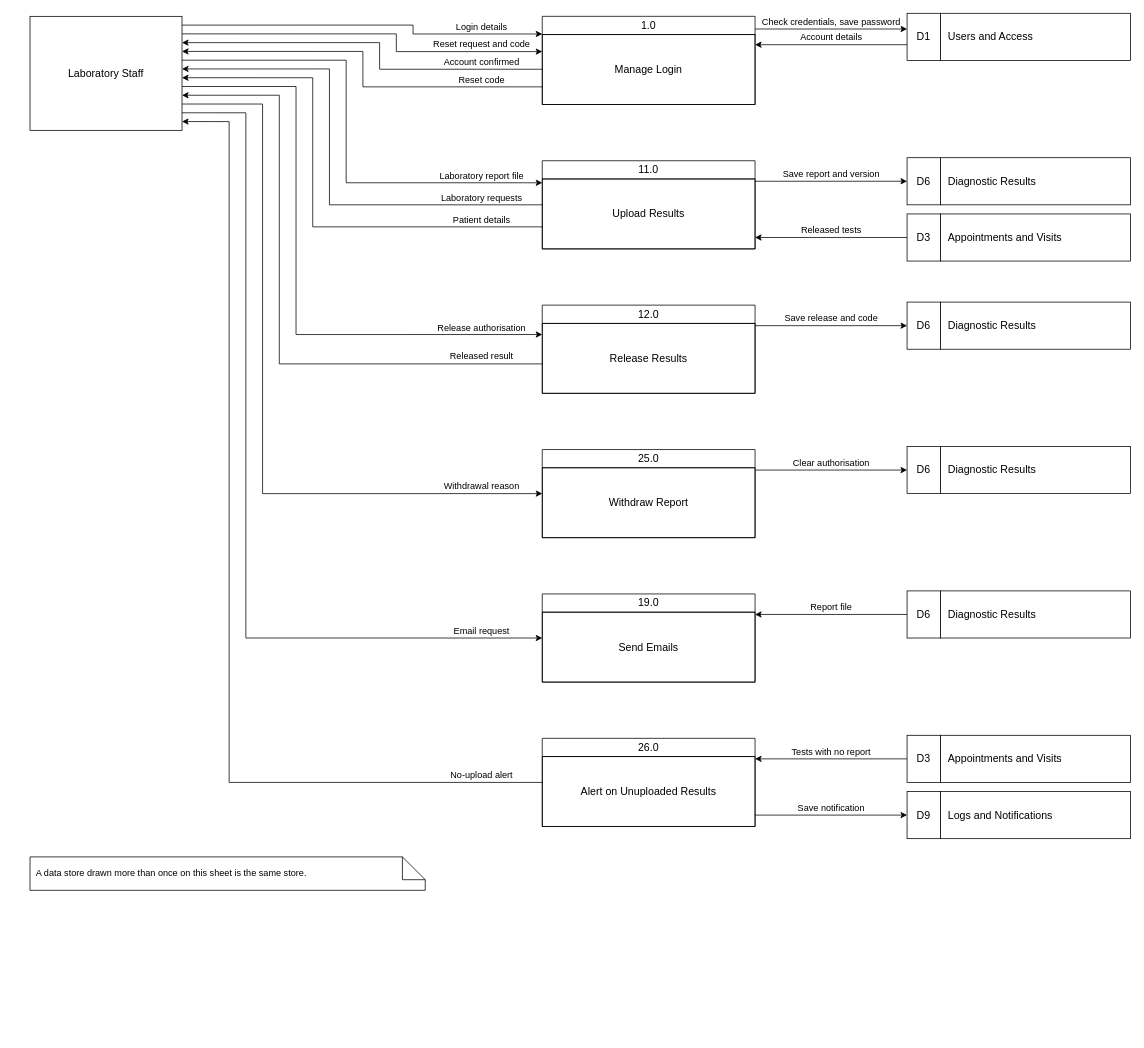
Above: page "Laboratory Staff" (5 of 8) of docs/diagrams/dfd-level1.drawio in steven23lz/Enlogada-Clinic-Management-System (draw.io), before the change. Source tidied: cells renumbered, new cells numbered last; positions are measured from the earlier drawing's top-left corner, leaving out a move shared by most shapes. Both pictures are drawn from the tidied source at 76%, with x=0, y=0 at pixel (30, 13).
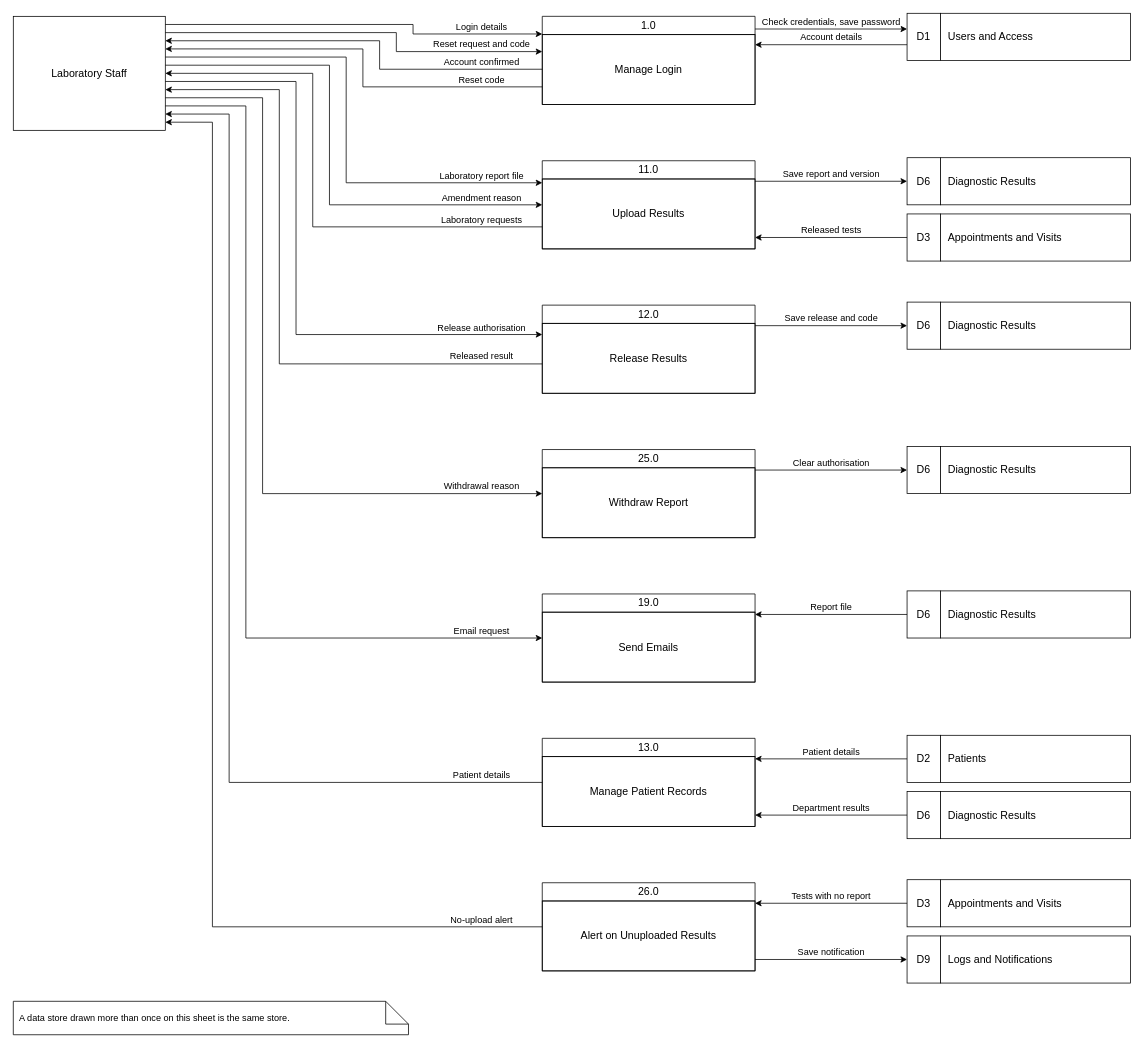
Above is the later version.

The change refers to these unchanged cells:
```xml
<mxCell id="3" value="1.0" style="swimlane;whiteSpace=wrap;html=1;startSize=24;horizontal=1;fontStyle=0;fontFamily=Helvetica;fontSize=14;fontColor=#000000;strokeColor=#000000;" parent="1" vertex="1">
  <mxGeometry x="674" y="4" width="280" height="116" as="geometry" />
</mxCell>
<mxCell id="13" value="11.0" style="swimlane;whiteSpace=wrap;html=1;startSize=24;horizontal=1;fontStyle=0;fontFamily=Helvetica;fontSize=14;fontColor=#000000;strokeColor=#000000;" parent="1" vertex="1">
  <mxGeometry x="674" y="194" width="280" height="116" as="geometry" />
</mxCell>
<mxCell id="24" value="12.0" style="swimlane;whiteSpace=wrap;html=1;startSize=24;horizontal=1;fontStyle=0;fontFamily=Helvetica;fontSize=14;fontColor=#000000;strokeColor=#000000;" parent="1" vertex="1">
  <mxGeometry x="674" y="384" width="280" height="116" as="geometry" />
</mxCell>
<mxCell id="31" value="25.0" style="swimlane;whiteSpace=wrap;html=1;startSize=24;horizontal=1;fontStyle=0;fontFamily=Helvetica;fontSize=14;fontColor=#000000;strokeColor=#000000;" parent="1" vertex="1">
  <mxGeometry x="674" y="574" width="280" height="116" as="geometry" />
</mxCell>
<mxCell id="37" value="19.0" style="swimlane;whiteSpace=wrap;html=1;startSize=24;horizontal=1;fontStyle=0;fontFamily=Helvetica;fontSize=14;fontColor=#000000;strokeColor=#000000;" parent="1" vertex="1">
  <mxGeometry x="674" y="764" width="280" height="116" as="geometry" />
</mxCell>
```

The edit, as a diff of the source:
```diff
@@
     <mxCell id="2" value="Laboratory Staff" style="rounded=0;whiteSpace=wrap;html=1;fontFamily=Helvetica;fontSize=14;fontColor=#000000;strokeColor=#000000;" parent="1" vertex="1">
-      <mxGeometry y="4" width="200" height="150" as="geometry" />
+      <mxGeometry x="-22" y="4" width="200" height="150" as="geometry" />
     </mxCell>
@@
-    <mxCell id="5" value="Login details" style="edgeStyle=orthogonalEdgeStyle;rounded=0;html=1;verticalAlign=bottom;fontFamily=Helvetica;fontSize=12;fontColor=#000000;strokeColor=#000000;exitX=1;exitY=0.0769;exitDx=0;exitDy=0;entryX=0;entryY=0.2000;entryDx=0;entryDy=0;" parent="1" edge="1" source="2" target="3">
+    <mxCell id="5" value="Login details" style="edgeStyle=orthogonalEdgeStyle;rounded=0;html=1;verticalAlign=bottom;fontFamily=Helvetica;fontSize=12;fontColor=#000000;strokeColor=#000000;exitX=1;exitY=0.0714;exitDx=0;exitDy=0;entryX=0;entryY=0.2000;entryDx=0;entryDy=0;" parent="1" edge="1" source="2" target="3">
       <mxGeometry x="1" relative="1" as="geometry">
         <Array as="points">
-          <mxPoint x="504" y="15.5" />
+          <mxPoint x="504" y="14.7" />
           <mxPoint x="504" y="27.2" />
         </Array>
         <mxPoint x="-80" as="offset" />
       </mxGeometry>
     </mxCell>
-    <mxCell id="6" value="Reset request and code" style="edgeStyle=orthogonalEdgeStyle;rounded=0;html=1;verticalAlign=bottom;fontFamily=Helvetica;fontSize=12;fontColor=#000000;strokeColor=#000000;exitX=1;exitY=0.1538;exitDx=0;exitDy=0;entryX=0;entryY=0.4000;entryDx=0;entryDy=0;" parent="1" edge="1" source="2" target="3">
+    <mxCell id="6" value="Reset request and code" style="edgeStyle=orthogonalEdgeStyle;rounded=0;html=1;verticalAlign=bottom;fontFamily=Helvetica;fontSize=12;fontColor=#000000;strokeColor=#000000;exitX=1;exitY=0.1429;exitDx=0;exitDy=0;entryX=0;entryY=0.4000;entryDx=0;entryDy=0;" parent="1" edge="1" source="2" target="3">
       <mxGeometry x="1" relative="1" as="geometry">
         <Array as="points">
-          <mxPoint x="482" y="27.1" />
+          <mxPoint x="482" y="25.4" />
           <mxPoint x="482" y="50.4" />
         </Array>
         <mxPoint x="-80" as="offset" />
       </mxGeometry>
     </mxCell>
-    <mxCell id="7" value="Account confirmed" style="edgeStyle=orthogonalEdgeStyle;rounded=0;html=1;verticalAlign=bottom;fontFamily=Helvetica;fontSize=12;fontColor=#000000;strokeColor=#000000;exitX=0;exitY=0.6000;exitDx=0;exitDy=0;entryX=1;entryY=0.2308;entryDx=0;entryDy=0;" parent="1" edge="1" source="3" target="2">
+    <mxCell id="7" value="Account confirmed" style="edgeStyle=orthogonalEdgeStyle;rounded=0;html=1;verticalAlign=bottom;fontFamily=Helvetica;fontSize=12;fontColor=#000000;strokeColor=#000000;exitX=0;exitY=0.6000;exitDx=0;exitDy=0;entryX=1;entryY=0.2143;entryDx=0;entryDy=0;" parent="1" edge="1" source="3" target="2">
       <mxGeometry x="-1" relative="1" as="geometry">
         <Array as="points">
           <mxPoint x="460" y="73.6" />
-          <mxPoint x="460" y="38.6" />
+          <mxPoint x="460" y="36.1" />
         </Array>
         <mxPoint x="-80" as="offset" />
       </mxGeometry>
     </mxCell>
-    <mxCell id="8" value="Reset code" style="edgeStyle=orthogonalEdgeStyle;rounded=0;html=1;verticalAlign=bottom;fontFamily=Helvetica;fontSize=12;fontColor=#000000;strokeColor=#000000;exitX=0;exitY=0.8000;exitDx=0;exitDy=0;entryX=1;entryY=0.3077;entryDx=0;entryDy=0;" parent="1" edge="1" source="3" target="2">
+    <mxCell id="8" value="Reset code" style="edgeStyle=orthogonalEdgeStyle;rounded=0;html=1;verticalAlign=bottom;fontFamily=Helvetica;fontSize=12;fontColor=#000000;strokeColor=#000000;exitX=0;exitY=0.8000;exitDx=0;exitDy=0;entryX=1;entryY=0.2857;entryDx=0;entryDy=0;" parent="1" edge="1" source="3" target="2">
       <mxGeometry x="-1" relative="1" as="geometry">
         <Array as="points">
           <mxPoint x="438" y="96.8" />
-          <mxPoint x="438" y="50.2" />
+          <mxPoint x="438" y="46.9" />
         </Array>
         <mxPoint x="-80" as="offset" />
       </mxGeometry>
     </mxCell>
@@
-    <mxCell id="15" value="Laboratory report file" style="edgeStyle=orthogonalEdgeStyle;rounded=0;html=1;verticalAlign=bottom;fontFamily=Helvetica;fontSize=12;fontColor=#000000;strokeColor=#000000;exitX=1;exitY=0.3846;exitDx=0;exitDy=0;entryX=0;entryY=0.2500;entryDx=0;entryDy=0;" parent="1" edge="1" source="2" target="13">
+    <mxCell id="15" value="Laboratory report file" style="edgeStyle=orthogonalEdgeStyle;rounded=0;html=1;verticalAlign=bottom;fontFamily=Helvetica;fontSize=12;fontColor=#000000;strokeColor=#000000;exitX=1;exitY=0.3571;exitDx=0;exitDy=0;entryX=0;entryY=0.2500;entryDx=0;entryDy=0;" parent="1" edge="1" source="2" target="13">
       <mxGeometry x="1" relative="1" as="geometry">
         <Array as="points">
-          <mxPoint x="416" y="61.7" />
+          <mxPoint x="416" y="57.6" />
           <mxPoint x="416" y="223" />
         </Array>
         <mxPoint x="-80" as="offset" />
       </mxGeometry>
     </mxCell>
-    <mxCell id="16" value="Laboratory requests" style="edgeStyle=orthogonalEdgeStyle;rounded=0;html=1;verticalAlign=bottom;fontFamily=Helvetica;fontSize=12;fontColor=#000000;strokeColor=#000000;exitX=0;exitY=0.5000;exitDx=0;exitDy=0;entryX=1;entryY=0.4615;entryDx=0;entryDy=0;" parent="1" edge="1" source="13" target="2">
-      <mxGeometry x="-1" relative="1" as="geometry">
+    <mxCell id="16" value="Amendment reason" style="edgeStyle=orthogonalEdgeStyle;rounded=0;html=1;verticalAlign=bottom;fontFamily=Helvetica;fontSize=12;fontColor=#000000;strokeColor=#000000;exitX=1;exitY=0.4286;exitDx=0;exitDy=0;entryX=0;entryY=0.5000;entryDx=0;entryDy=0;" parent="1" edge="1" source="2" target="13">
+      <mxGeometry x="1" relative="1" as="geometry">
         <Array as="points">
+          <mxPoint x="394" y="68.3" />
           <mxPoint x="394" y="252" />
-          <mxPoint x="394" y="73.2" />
         </Array>
         <mxPoint x="-80" as="offset" />
       </mxGeometry>
     </mxCell>
-    <mxCell id="17" value="Patient details" style="edgeStyle=orthogonalEdgeStyle;rounded=0;html=1;verticalAlign=bottom;fontFamily=Helvetica;fontSize=12;fontColor=#000000;strokeColor=#000000;exitX=0;exitY=0.7500;exitDx=0;exitDy=0;entryX=1;entryY=0.5385;entryDx=0;entryDy=0;" parent="1" edge="1" source="13" target="2">
+    <mxCell id="17" value="Laboratory requests" style="edgeStyle=orthogonalEdgeStyle;rounded=0;html=1;verticalAlign=bottom;fontFamily=Helvetica;fontSize=12;fontColor=#000000;strokeColor=#000000;exitX=0;exitY=0.7500;exitDx=0;exitDy=0;entryX=1;entryY=0.5000;entryDx=0;entryDy=0;" parent="1" edge="1" source="13" target="2">
       <mxGeometry x="-1" relative="1" as="geometry">
         <Array as="points">
           <mxPoint x="372" y="281" />
-          <mxPoint x="372" y="84.8" />
+          <mxPoint x="372" y="79" />
         </Array>
         <mxPoint x="-80" as="offset" />
       </mxGeometry>
     </mxCell>
@@
-    <mxCell id="26" value="Release authorisation" style="edgeStyle=orthogonalEdgeStyle;rounded=0;html=1;verticalAlign=bottom;fontFamily=Helvetica;fontSize=12;fontColor=#000000;strokeColor=#000000;exitX=1;exitY=0.6154;exitDx=0;exitDy=0;entryX=0;entryY=0.3333;entryDx=0;entryDy=0;" parent="1" edge="1" source="2" target="24">
+    <mxCell id="26" value="Release authorisation" style="edgeStyle=orthogonalEdgeStyle;rounded=0;html=1;verticalAlign=bottom;fontFamily=Helvetica;fontSize=12;fontColor=#000000;strokeColor=#000000;exitX=1;exitY=0.5714;exitDx=0;exitDy=0;entryX=0;entryY=0.3333;entryDx=0;entryDy=0;" parent="1" edge="1" source="2" target="24">
       <mxGeometry x="1" relative="1" as="geometry">
         <Array as="points">
-          <mxPoint x="350" y="96.3" />
+          <mxPoint x="350" y="89.7" />
           <mxPoint x="350" y="422.7" />
         </Array>
         <mxPoint x="-80" as="offset" />
       </mxGeometry>
     </mxCell>
-    <mxCell id="27" value="Released result" style="edgeStyle=orthogonalEdgeStyle;rounded=0;html=1;verticalAlign=bottom;fontFamily=Helvetica;fontSize=12;fontColor=#000000;strokeColor=#000000;exitX=0;exitY=0.6667;exitDx=0;exitDy=0;entryX=1;entryY=0.6923;entryDx=0;entryDy=0;" parent="1" edge="1" source="24" target="2">
+    <mxCell id="27" value="Released result" style="edgeStyle=orthogonalEdgeStyle;rounded=0;html=1;verticalAlign=bottom;fontFamily=Helvetica;fontSize=12;fontColor=#000000;strokeColor=#000000;exitX=0;exitY=0.6667;exitDx=0;exitDy=0;entryX=1;entryY=0.6429;entryDx=0;entryDy=0;" parent="1" edge="1" source="24" target="2">
       <mxGeometry x="-1" relative="1" as="geometry">
         <Array as="points">
           <mxPoint x="328" y="461.3" />
-          <mxPoint x="328" y="107.8" />
+          <mxPoint x="328" y="100.4" />
         </Array>
         <mxPoint x="-80" as="offset" />
       </mxGeometry>
     </mxCell>
@@
-    <mxCell id="33" value="Withdrawal reason" style="edgeStyle=orthogonalEdgeStyle;rounded=0;html=1;verticalAlign=bottom;fontFamily=Helvetica;fontSize=12;fontColor=#000000;strokeColor=#000000;exitX=1;exitY=0.7692;exitDx=0;exitDy=0;entryX=0;entryY=0.5000;entryDx=0;entryDy=0;" parent="1" edge="1" source="2" target="31">
+    <mxCell id="33" value="Withdrawal reason" style="edgeStyle=orthogonalEdgeStyle;rounded=0;html=1;verticalAlign=bottom;fontFamily=Helvetica;fontSize=12;fontColor=#000000;strokeColor=#000000;exitX=1;exitY=0.7143;exitDx=0;exitDy=0;entryX=0;entryY=0.5000;entryDx=0;entryDy=0;" parent="1" edge="1" source="2" target="31">
       <mxGeometry x="1" relative="1" as="geometry">
         <Array as="points">
-          <mxPoint x="306" y="119.4" />
+          <mxPoint x="306" y="111.1" />
           <mxPoint x="306" y="632" />
         </Array>
         <mxPoint x="-80" as="offset" />
       </mxGeometry>
     </mxCell>
@@
-    <mxCell id="39" value="Email request" style="edgeStyle=orthogonalEdgeStyle;rounded=0;html=1;verticalAlign=bottom;fontFamily=Helvetica;fontSize=12;fontColor=#000000;strokeColor=#000000;exitX=1;exitY=0.8462;exitDx=0;exitDy=0;entryX=0;entryY=0.5000;entryDx=0;entryDy=0;" parent="1" edge="1" source="2" target="37">
+    <mxCell id="39" value="Email request" style="edgeStyle=orthogonalEdgeStyle;rounded=0;html=1;verticalAlign=bottom;fontFamily=Helvetica;fontSize=12;fontColor=#000000;strokeColor=#000000;exitX=1;exitY=0.7857;exitDx=0;exitDy=0;entryX=0;entryY=0.5000;entryDx=0;entryDy=0;" parent="1" edge="1" source="2" target="37">
       <mxGeometry x="1" relative="1" as="geometry">
         <Array as="points">
-          <mxPoint x="284" y="130.9" />
+          <mxPoint x="284" y="121.9" />
           <mxPoint x="284" y="822" />
         </Array>
         <mxPoint x="-80" as="offset" />
       </mxGeometry>
     </mxCell>
@@
-    <mxCell id="43" value="26.0" style="swimlane;whiteSpace=wrap;html=1;startSize=24;horizontal=1;fontStyle=0;fontFamily=Helvetica;fontSize=14;fontColor=#000000;strokeColor=#000000;" parent="1" vertex="1">
+    <mxCell id="43" value="13.0" style="swimlane;whiteSpace=wrap;html=1;startSize=24;horizontal=1;fontStyle=0;fontFamily=Helvetica;fontSize=14;fontColor=#000000;strokeColor=#000000;" parent="1" vertex="1">
       <mxGeometry x="674" y="954" width="280" height="116" as="geometry" />
     </mxCell>
-    <mxCell id="44" value="Alert on Unuploaded Results" style="text;html=1;align=center;verticalAlign=middle;whiteSpace=wrap;fontFamily=Helvetica;fontSize=14;fontColor=#000000;strokeColor=#000000;" parent="43" vertex="1">
+    <mxCell id="44" value="Manage Patient Records" style="text;html=1;align=center;verticalAlign=middle;whiteSpace=wrap;fontFamily=Helvetica;fontSize=14;fontColor=#000000;strokeColor=#000000;" parent="43" vertex="1">
       <mxGeometry y="24" width="280" height="92" as="geometry" />
     </mxCell>
-    <mxCell id="45" value="No-upload alert" style="edgeStyle=orthogonalEdgeStyle;rounded=0;html=1;verticalAlign=bottom;fontFamily=Helvetica;fontSize=12;fontColor=#000000;strokeColor=#000000;exitX=0;exitY=0.5000;exitDx=0;exitDy=0;entryX=1;entryY=0.9231;entryDx=0;entryDy=0;" parent="1" edge="1" source="43" target="2">
+    <mxCell id="45" value="Patient details" style="edgeStyle=orthogonalEdgeStyle;rounded=0;html=1;verticalAlign=bottom;fontFamily=Helvetica;fontSize=12;fontColor=#000000;strokeColor=#000000;exitX=0;exitY=0.5000;exitDx=0;exitDy=0;entryX=1;entryY=0.8571;entryDx=0;entryDy=0;" parent="1" edge="1" source="43" target="2">
       <mxGeometry x="-1" relative="1" as="geometry">
         <Array as="points">
           <mxPoint x="262" y="1012" />
-          <mxPoint x="262" y="142.5" />
+          <mxPoint x="262" y="132.6" />
         </Array>
         <mxPoint x="-80" as="offset" />
       </mxGeometry>
     </mxCell>
-    <mxCell id="46" value="D3" style="rounded=0;whiteSpace=wrap;html=1;align=center;fontFamily=Helvetica;fontSize=14;fontColor=#000000;strokeColor=#000000;" parent="1" vertex="1">
+    <mxCell id="46" value="D2" style="rounded=0;whiteSpace=wrap;html=1;align=center;fontFamily=Helvetica;fontSize=14;fontColor=#000000;strokeColor=#000000;" parent="1" vertex="1">
       <mxGeometry x="1154" y="950" width="44" height="62" as="geometry" />
     </mxCell>
-    <mxCell id="47" value="Appointments and Visits" style="rounded=0;whiteSpace=wrap;html=1;align=left;spacingLeft=8;fontFamily=Helvetica;fontSize=14;fontColor=#000000;strokeColor=#000000;" parent="1" vertex="1">
+    <mxCell id="47" value="Patients" style="rounded=0;whiteSpace=wrap;html=1;align=left;spacingLeft=8;fontFamily=Helvetica;fontSize=14;fontColor=#000000;strokeColor=#000000;" parent="1" vertex="1">
       <mxGeometry x="1198" y="950" width="250" height="62" as="geometry" />
     </mxCell>
-    <mxCell id="48" value="Tests with no report" style="edgeStyle=orthogonalEdgeStyle;rounded=0;html=1;verticalAlign=bottom;fontFamily=Helvetica;fontSize=12;fontColor=#000000;strokeColor=#000000;exitX=0;exitY=0.5000;exitDx=0;exitDy=0;entryX=1;entryY=0.2328;entryDx=0;entryDy=0;" parent="1" edge="1" source="46" target="43">
+    <mxCell id="48" value="Patient details" style="edgeStyle=orthogonalEdgeStyle;rounded=0;html=1;verticalAlign=bottom;fontFamily=Helvetica;fontSize=12;fontColor=#000000;strokeColor=#000000;exitX=0;exitY=0.5000;exitDx=0;exitDy=0;entryX=1;entryY=0.2328;entryDx=0;entryDy=0;" parent="1" edge="1" source="46" target="43">
       <mxGeometry relative="1" as="geometry" />
     </mxCell>
-    <mxCell id="49" value="D9" style="rounded=0;whiteSpace=wrap;html=1;align=center;fontFamily=Helvetica;fontSize=14;fontColor=#000000;strokeColor=#000000;" parent="1" vertex="1">
+    <mxCell id="49" value="D6" style="rounded=0;whiteSpace=wrap;html=1;align=center;fontFamily=Helvetica;fontSize=14;fontColor=#000000;strokeColor=#000000;" parent="1" vertex="1">
       <mxGeometry x="1154" y="1024" width="44" height="62" as="geometry" />
     </mxCell>
-    <mxCell id="50" value="Logs and Notifications" style="rounded=0;whiteSpace=wrap;html=1;align=left;spacingLeft=8;fontFamily=Helvetica;fontSize=14;fontColor=#000000;strokeColor=#000000;" parent="1" vertex="1">
+    <mxCell id="50" value="Diagnostic Results" style="rounded=0;whiteSpace=wrap;html=1;align=left;spacingLeft=8;fontFamily=Helvetica;fontSize=14;fontColor=#000000;strokeColor=#000000;" parent="1" vertex="1">
       <mxGeometry x="1198" y="1024" width="250" height="62" as="geometry" />
     </mxCell>
-    <mxCell id="51" value="Save notification" style="edgeStyle=orthogonalEdgeStyle;rounded=0;html=1;verticalAlign=bottom;fontFamily=Helvetica;fontSize=12;fontColor=#000000;strokeColor=#000000;exitX=1;exitY=0.8707;exitDx=0;exitDy=0;entryX=0;entryY=0.5000;entryDx=0;entryDy=0;" parent="1" edge="1" source="43" target="49">
+    <mxCell id="51" value="Department results" style="edgeStyle=orthogonalEdgeStyle;rounded=0;html=1;verticalAlign=bottom;fontFamily=Helvetica;fontSize=12;fontColor=#000000;strokeColor=#000000;exitX=0;exitY=0.5000;exitDx=0;exitDy=0;entryX=1;entryY=0.8707;entryDx=0;entryDy=0;" parent="1" edge="1" source="49" target="43">
       <mxGeometry relative="1" as="geometry" />
     </mxCell>
-    <mxCell id="52" value="A data store drawn more than once on this sheet is the same store." style="shape=note;whiteSpace=wrap;html=1;backgroundOutline=1;fillColor=none;strokeColor=#000000;align=left;spacingLeft=6;fontFamily=Helvetica;fontSize=12;fontColor=#000000;strokeColor=#000000;" parent="1" vertex="1">
-      <mxGeometry y="1110" width="520" height="44" as="geometry" />
+    <mxCell id="52" value="26.0" style="swimlane;whiteSpace=wrap;html=1;startSize=24;horizontal=1;fontStyle=0;fontFamily=Helvetica;fontSize=14;fontColor=#000000;strokeColor=#000000;" parent="1" vertex="1">
+      <mxGeometry x="674" y="1144" width="280" height="116" as="geometry" />
     </mxCell>
+    <mxCell id="53" value="Alert on Unuploaded Results" style="text;html=1;align=center;verticalAlign=middle;whiteSpace=wrap;fontFamily=Helvetica;fontSize=14;fontColor=#000000;strokeColor=#000000;" parent="52" vertex="1">
+      <mxGeometry y="24" width="280" height="92" as="geometry" />
+    </mxCell>
+    <mxCell id="54" value="No-upload alert" style="edgeStyle=orthogonalEdgeStyle;rounded=0;html=1;verticalAlign=bottom;fontFamily=Helvetica;fontSize=12;fontColor=#000000;strokeColor=#000000;exitX=0;exitY=0.5000;exitDx=0;exitDy=0;entryX=1;entryY=0.9286;entryDx=0;entryDy=0;" parent="1" edge="1" source="52" target="2">
+      <mxGeometry x="-1" relative="1" as="geometry">
+        <Array as="points">
+          <mxPoint x="240" y="1202" />
+          <mxPoint x="240" y="143.3" />
+        </Array>
+        <mxPoint x="-80" as="offset" />
+      </mxGeometry>
+    </mxCell>
+    <mxCell id="55" value="D3" style="rounded=0;whiteSpace=wrap;html=1;align=center;fontFamily=Helvetica;fontSize=14;fontColor=#000000;strokeColor=#000000;" parent="1" vertex="1">
+      <mxGeometry x="1154" y="1140" width="44" height="62" as="geometry" />
+    </mxCell>
+    <mxCell id="56" value="Appointments and Visits" style="rounded=0;whiteSpace=wrap;html=1;align=left;spacingLeft=8;fontFamily=Helvetica;fontSize=14;fontColor=#000000;strokeColor=#000000;" parent="1" vertex="1">
+      <mxGeometry x="1198" y="1140" width="250" height="62" as="geometry" />
+    </mxCell>
+    <mxCell id="57" value="Tests with no report" style="edgeStyle=orthogonalEdgeStyle;rounded=0;html=1;verticalAlign=bottom;fontFamily=Helvetica;fontSize=12;fontColor=#000000;strokeColor=#000000;exitX=0;exitY=0.5000;exitDx=0;exitDy=0;entryX=1;entryY=0.2328;entryDx=0;entryDy=0;" parent="1" edge="1" source="55" target="52">
+      <mxGeometry relative="1" as="geometry" />
+    </mxCell>
+    <mxCell id="58" value="D9" style="rounded=0;whiteSpace=wrap;html=1;align=center;fontFamily=Helvetica;fontSize=14;fontColor=#000000;strokeColor=#000000;" parent="1" vertex="1">
+      <mxGeometry x="1154" y="1214" width="44" height="62" as="geometry" />
+    </mxCell>
+    <mxCell id="59" value="Logs and Notifications" style="rounded=0;whiteSpace=wrap;html=1;align=left;spacingLeft=8;fontFamily=Helvetica;fontSize=14;fontColor=#000000;strokeColor=#000000;" parent="1" vertex="1">
+      <mxGeometry x="1198" y="1214" width="250" height="62" as="geometry" />
+    </mxCell>
+    <mxCell id="60" value="Save notification" style="edgeStyle=orthogonalEdgeStyle;rounded=0;html=1;verticalAlign=bottom;fontFamily=Helvetica;fontSize=12;fontColor=#000000;strokeColor=#000000;exitX=1;exitY=0.8707;exitDx=0;exitDy=0;entryX=0;entryY=0.5000;entryDx=0;entryDy=0;" parent="1" edge="1" source="52" target="58">
+      <mxGeometry relative="1" as="geometry" />
+    </mxCell>
+    <mxCell id="61" value="A data store drawn more than once on this sheet is the same store." style="shape=note;whiteSpace=wrap;html=1;backgroundOutline=1;fillColor=none;strokeColor=#000000;align=left;spacingLeft=6;fontFamily=Helvetica;fontSize=12;fontColor=#000000;strokeColor=#000000;" parent="1" vertex="1">
+      <mxGeometry x="-22" y="1300" width="520" height="44" as="geometry" />
+    </mxCell>
```
